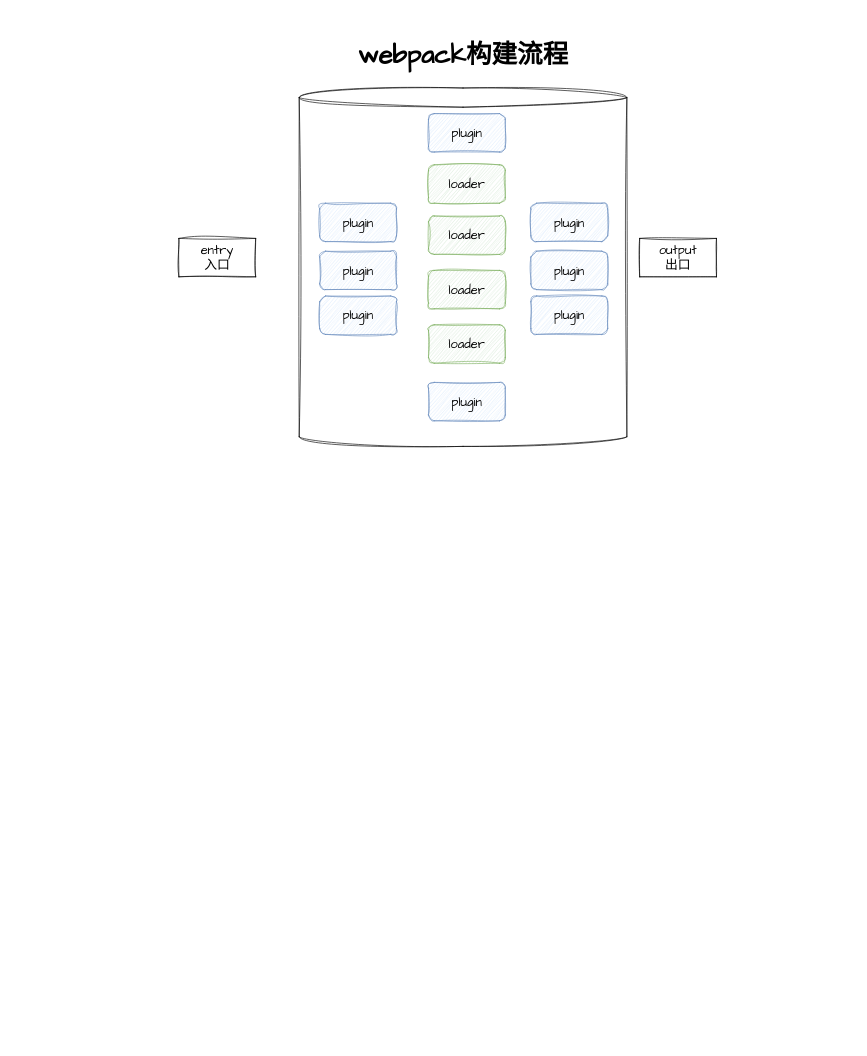
This is webpack构建流程.drawio from Dinosly/fe-interview, a draw.io file, before an edit. Source tidied: cells renumbered, new cells numbered last; positions are measured from the earlier drawing's top-left corner, leaving out a move shared by most shapes. Both pictures are drawn from the tidied source at 64%, with x=0, y=0 at pixel (179, 30).
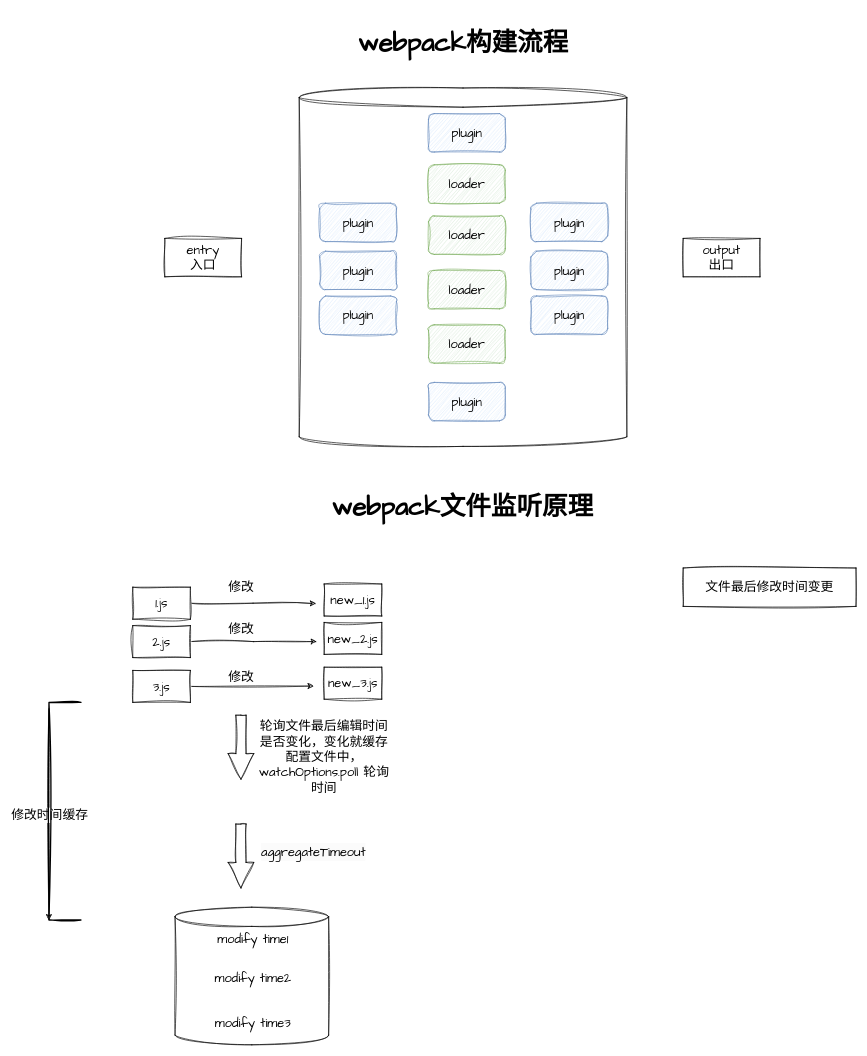
The same diagram, later.

Commit message:
更新webpack构建流程.drawio

Change to the diagram source:
```diff
@@
+    <mxCell id="18" style="shape=cylinder3;whiteSpace=wrap;html=1;boundedLbl=1;backgroundOutline=1;size=15;sketch=1;hachureGap=4;jiggle=2;curveFitting=1;fontFamily=Architects Daughter;fontSize=20;" parent="1" vertex="1">
+      <mxGeometry x="-6" y="1370" width="240" height="215" as="geometry" />
+    </mxCell>
     <mxCell id="2" value="entry&lt;br&gt;入口" style="rounded=0;whiteSpace=wrap;html=1;sketch=1;hachureGap=4;jiggle=2;curveFitting=1;fontFamily=Architects Daughter;fontSize=20;" parent="1" vertex="1">
-      <mxGeometry y="325" width="120" height="60" as="geometry" />
+      <mxGeometry x="-22" y="325" width="120" height="60" as="geometry" />
     </mxCell>
     <mxCell id="3" value="&lt;h1&gt;webpack构建流程&lt;/h1&gt;" style="text;html=1;strokeColor=none;fillColor=none;spacing=5;spacingTop=-20;whiteSpace=wrap;overflow=hidden;rounded=0;fontSize=20;fontFamily=Architects Daughter;" parent="1" vertex="1">
-      <mxGeometry x="274.5" width="351" height="70" as="geometry" />
+      <mxGeometry x="274.5" y="-20" width="351" height="70" as="geometry" />
     </mxCell>
     <mxCell id="4" value="output&lt;br&gt;出口" style="rounded=0;whiteSpace=wrap;html=1;sketch=1;hachureGap=4;jiggle=2;curveFitting=1;fontFamily=Architects Daughter;fontSize=20;" parent="1" vertex="1">
-      <mxGeometry x="720" y="325" width="120" height="60" as="geometry" />
+      <mxGeometry x="788" y="325" width="120" height="60" as="geometry" />
     </mxCell>
@@
+    <mxCell id="19" value="&lt;h1&gt;webpack文件监听原理&lt;/h1&gt;" style="text;html=1;strokeColor=none;fillColor=none;spacing=5;spacingTop=-20;whiteSpace=wrap;overflow=hidden;rounded=0;fontSize=20;fontFamily=Architects Daughter;" parent="1" vertex="1">
+      <mxGeometry x="234" y="705" width="420" height="70" as="geometry" />
+    </mxCell>
+    <mxCell id="20" value="文件最后修改时间变更" style="rounded=0;whiteSpace=wrap;html=1;sketch=1;hachureGap=4;jiggle=2;curveFitting=1;fontFamily=Architects Daughter;fontSize=20;" parent="1" vertex="1">
+      <mxGeometry x="788" y="840" width="270" height="60" as="geometry" />
+    </mxCell>
+    <mxCell id="21" style="edgeStyle=orthogonalEdgeStyle;rounded=0;sketch=1;hachureGap=4;jiggle=2;curveFitting=1;jettySize=auto;html=1;fontFamily=Architects Daughter;fontSize=16;entryX=-0.009;entryY=0.169;entryDx=0;entryDy=0;entryPerimeter=0;" parent="1" edge="1" source="22">
+      <mxGeometry relative="1" as="geometry">
+        <mxPoint x="213.8" y="895.4" as="targetPoint" />
+      </mxGeometry>
+    </mxCell>
+    <mxCell id="22" value="1.js" style="rounded=0;whiteSpace=wrap;html=1;sketch=1;hachureGap=4;jiggle=2;curveFitting=1;fontFamily=Architects Daughter;fontSize=20;" parent="1" vertex="1">
+      <mxGeometry x="-72" y="870" width="90" height="50" as="geometry" />
+    </mxCell>
+    <mxCell id="23" style="edgeStyle=orthogonalEdgeStyle;rounded=0;sketch=1;hachureGap=4;jiggle=2;curveFitting=1;jettySize=auto;html=1;fontFamily=Architects Daughter;fontSize=16;" parent="1" edge="1" source="24">
+      <mxGeometry relative="1" as="geometry">
+        <mxPoint x="215" y="955" as="targetPoint" />
+      </mxGeometry>
+    </mxCell>
+    <mxCell id="24" value="2.js" style="rounded=0;whiteSpace=wrap;html=1;sketch=1;hachureGap=4;jiggle=2;curveFitting=1;fontFamily=Architects Daughter;fontSize=20;" parent="1" vertex="1">
+      <mxGeometry x="-72" y="930" width="90" height="50" as="geometry" />
+    </mxCell>
+    <mxCell id="25" style="edgeStyle=orthogonalEdgeStyle;rounded=0;sketch=1;hachureGap=4;jiggle=2;curveFitting=1;jettySize=auto;html=1;exitX=1;exitY=0.5;exitDx=0;exitDy=0;entryX=-0.037;entryY=0.886;entryDx=0;entryDy=0;entryPerimeter=0;fontFamily=Architects Daughter;fontSize=16;" parent="1" edge="1" source="26">
+      <mxGeometry relative="1" as="geometry">
+        <mxPoint x="210.2" y="1024.5" as="targetPoint" />
+      </mxGeometry>
+    </mxCell>
+    <mxCell id="26" value="3.js" style="rounded=0;whiteSpace=wrap;html=1;sketch=1;hachureGap=4;jiggle=2;curveFitting=1;fontFamily=Architects Daughter;fontSize=20;" parent="1" vertex="1">
+      <mxGeometry x="-72" y="1000" width="90" height="50" as="geometry" />
+    </mxCell>
+    <mxCell id="27" value="modify time1" style="text;html=1;strokeColor=none;fillColor=none;align=center;verticalAlign=middle;whiteSpace=wrap;rounded=0;fontSize=20;fontFamily=Architects Daughter;" parent="1" vertex="1">
+      <mxGeometry x="36" y="1405" width="160" height="30" as="geometry" />
+    </mxCell>
+    <mxCell id="28" value="modify time2" style="text;html=1;strokeColor=none;fillColor=none;align=center;verticalAlign=middle;whiteSpace=wrap;rounded=0;fontSize=20;fontFamily=Architects Daughter;" parent="1" vertex="1">
+      <mxGeometry x="36" y="1465" width="160" height="30" as="geometry" />
+    </mxCell>
+    <mxCell id="29" value="modify time3" style="text;html=1;strokeColor=none;fillColor=none;align=center;verticalAlign=middle;whiteSpace=wrap;rounded=0;fontSize=20;fontFamily=Architects Daughter;" parent="1" vertex="1">
+      <mxGeometry x="36" y="1535" width="160" height="30" as="geometry" />
+    </mxCell>
+    <mxCell id="30" value="new_1.js" style="rounded=0;whiteSpace=wrap;html=1;sketch=1;hachureGap=4;jiggle=2;curveFitting=1;fontFamily=Architects Daughter;fontSize=20;" parent="1" vertex="1">
+      <mxGeometry x="227" y="865" width="90" height="50" as="geometry" />
+    </mxCell>
+    <mxCell id="31" value="new_2.js" style="rounded=0;whiteSpace=wrap;html=1;sketch=1;hachureGap=4;jiggle=2;curveFitting=1;fontFamily=Architects Daughter;fontSize=20;" parent="1" vertex="1">
+      <mxGeometry x="227" y="925" width="90" height="50" as="geometry" />
+    </mxCell>
+    <mxCell id="32" value="new_3.js" style="rounded=0;whiteSpace=wrap;html=1;sketch=1;hachureGap=4;jiggle=2;curveFitting=1;fontFamily=Architects Daughter;fontSize=20;" parent="1" vertex="1">
+      <mxGeometry x="227" y="995" width="90" height="50" as="geometry" />
+    </mxCell>
+    <mxCell id="33" value="修改" style="text;html=1;align=center;verticalAlign=middle;strokeColor=none;fillColor=none;fontSize=20;fontFamily=Architects Daughter;" parent="1" vertex="1">
+      <mxGeometry x="67" y="850" width="60" height="40" as="geometry" />
+    </mxCell>
+    <mxCell id="34" value="修改" style="text;html=1;align=center;verticalAlign=middle;strokeColor=none;fillColor=none;fontSize=20;fontFamily=Architects Daughter;" parent="1" vertex="1">
+      <mxGeometry x="67" y="915" width="60" height="40" as="geometry" />
+    </mxCell>
+    <mxCell id="35" value="修改" style="text;html=1;align=center;verticalAlign=middle;strokeColor=none;fillColor=none;fontSize=20;fontFamily=Architects Daughter;" parent="1" vertex="1">
+      <mxGeometry x="67" y="990" width="60" height="40" as="geometry" />
+    </mxCell>
+    <mxCell id="36" style="endArrow=classic;html=1;rounded=0;sketch=1;hachureGap=4;jiggle=2;curveFitting=1;fontFamily=Architects Daughter;fontSize=16;" parent="1" edge="1">
+      <mxGeometry relative="1" as="geometry">
+        <mxPoint x="-203" y="1060" as="sourcePoint" />
+        <mxPoint x="-203" y="1390" as="targetPoint" />
+      </mxGeometry>
+    </mxCell>
+    <mxCell id="37" value="修改时间缓存" style="edgeLabel;html=1;align=center;verticalAlign=middle;sketch=1;hachureGap=4;jiggle=2;curveFitting=1;fontFamily=Architects Daughter;fontSize=20;" parent="36" vertex="1">
+      <mxGeometry relative="1" as="geometry" />
+    </mxCell>
+    <mxCell id="38" style="strokeWidth=2;html=1;shape=mxgraph.flowchart.annotation_1;align=left;sketch=1;hachureGap=4;jiggle=2;curveFitting=1;fontFamily=Architects Daughter;fontSize=20;" parent="1" vertex="1">
+      <mxGeometry x="-203" y="1050" width="50" height="340" as="geometry" />
+    </mxCell>
+    <mxCell id="39" value="轮询文件最后编辑时间是否变化，变化就缓存&lt;br&gt;配置文件中，watchOptions.poll 轮询时间" style="text;html=1;strokeColor=none;fillColor=none;align=center;verticalAlign=middle;whiteSpace=wrap;rounded=0;fontSize=20;fontFamily=Architects Daughter;" parent="1" vertex="1">
+      <mxGeometry x="122" y="1110" width="210" height="50" as="geometry" />
+    </mxCell>
+    <mxCell id="40" style="html=1;shadow=0;dashed=0;align=center;verticalAlign=middle;shape=mxgraph.arrows2.arrow;dy=0.6;dx=40;direction=south;notch=0;sketch=1;hachureGap=4;jiggle=2;curveFitting=1;fontFamily=Architects Daughter;fontSize=20;" parent="1" vertex="1">
+      <mxGeometry x="77" y="1070" width="40" height="100" as="geometry" />
+    </mxCell>
+    <mxCell id="41" style="html=1;shadow=0;dashed=0;align=center;verticalAlign=middle;shape=mxgraph.arrows2.arrow;dy=0.6;dx=40;direction=south;notch=0;sketch=1;hachureGap=4;jiggle=2;curveFitting=1;fontFamily=Architects Daughter;fontSize=20;" parent="1" vertex="1">
+      <mxGeometry x="77" y="1240" width="40" height="100" as="geometry" />
+    </mxCell>
+    <mxCell id="42" value="&lt;span style=&quot;color: rgb(0, 0, 0); font-family: &amp;quot;Architects Daughter&amp;quot;; font-size: 20px; font-style: normal; font-variant-ligatures: normal; font-variant-caps: normal; font-weight: 400; letter-spacing: normal; orphans: 2; text-align: center; text-indent: 0px; text-transform: none; widows: 2; word-spacing: 0px; -webkit-text-stroke-width: 0px; background-color: rgb(251, 251, 251); text-decoration-thickness: initial; text-decoration-style: initial; text-decoration-color: initial; float: none; display: inline !important;&quot;&gt;aggregateTimeout&lt;/span&gt;" style="text;whiteSpace=wrap;html=1;fontSize=20;fontFamily=Architects Daughter;" parent="1" vertex="1">
+      <mxGeometry x="127" y="1265" width="200" height="50" as="geometry" />
+    </mxCell>
```
